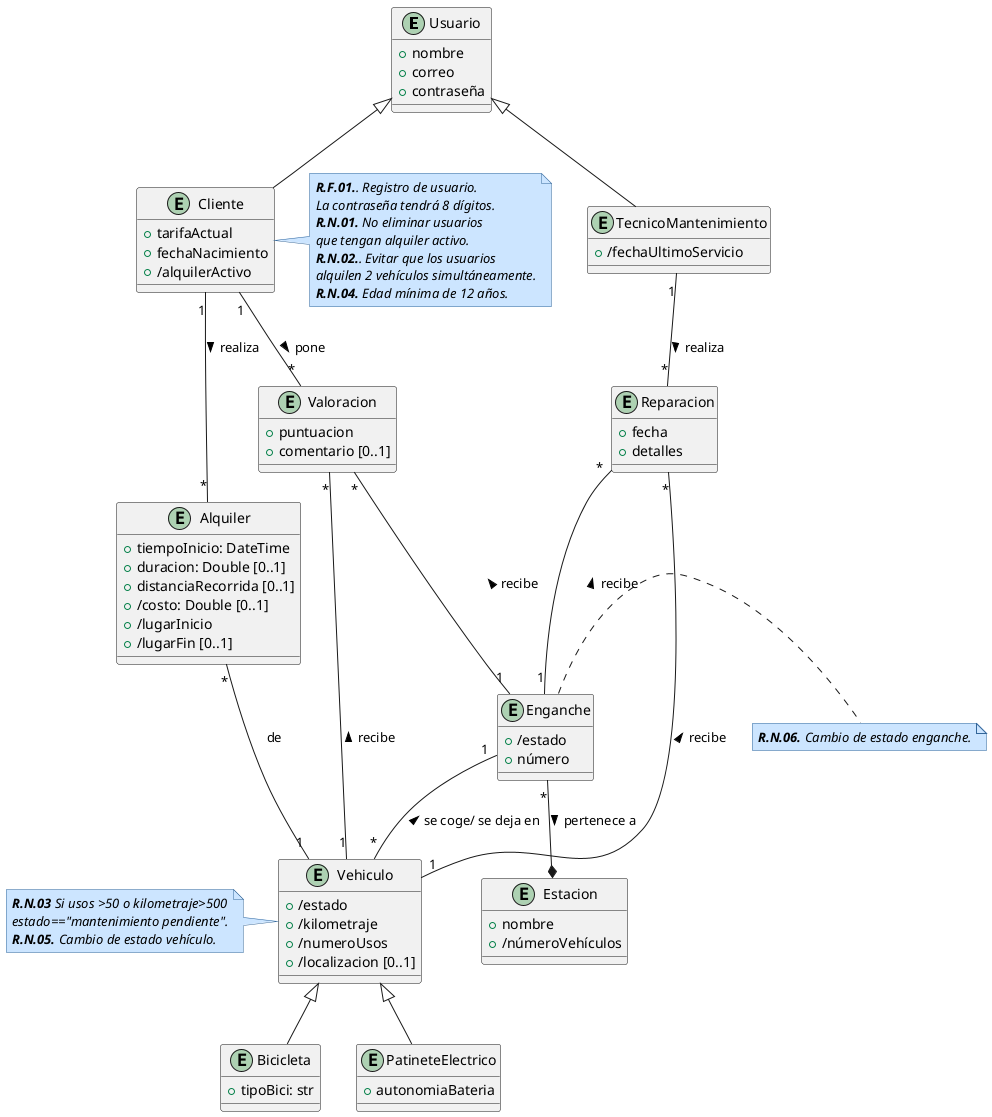
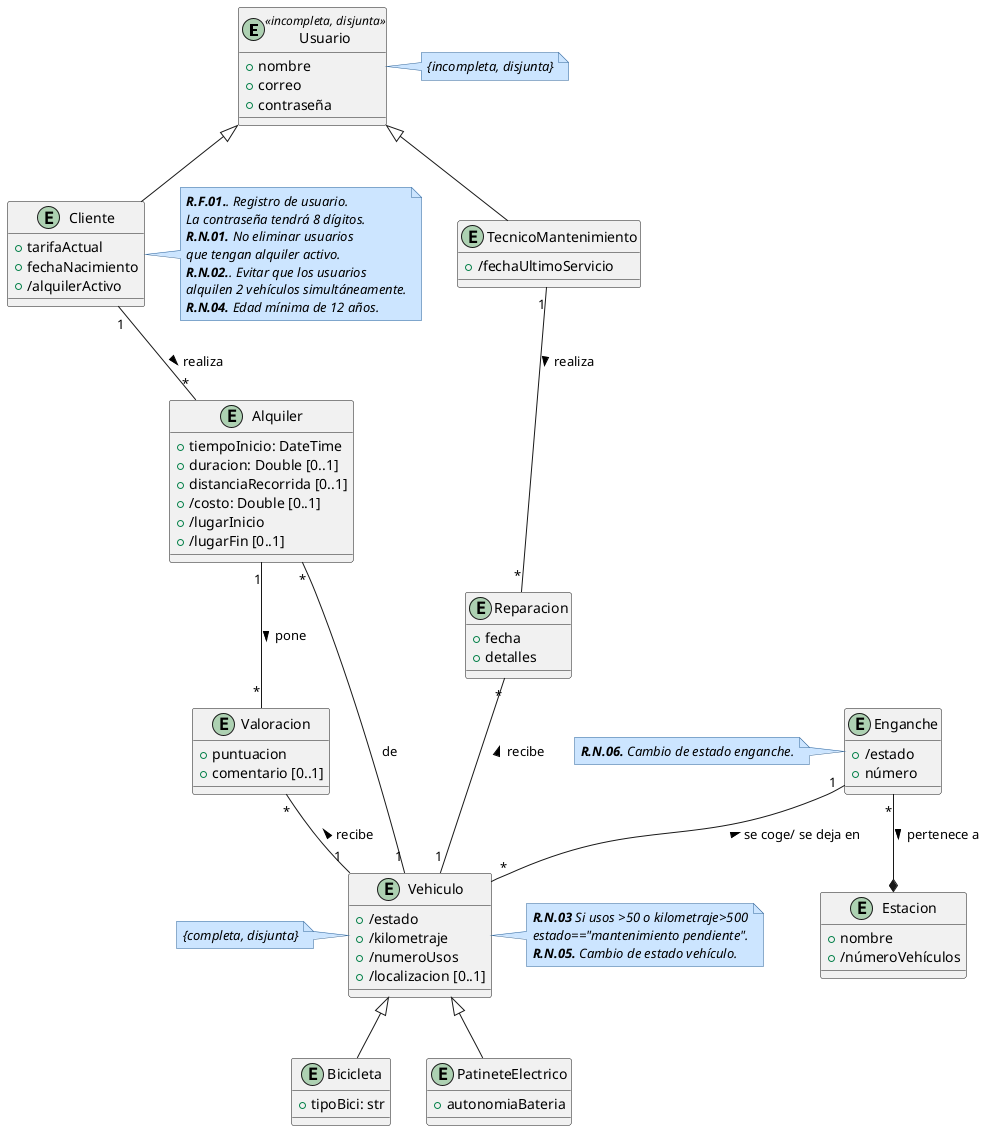
@startuml DiagramaClases

skinparam note {
  BackgroundColor #cce5ff
  BorderColor #336699
  FontStyle italic
}

- entity Usuario {
+ entity Usuario<<incompleta, disjunta>> {
    +nombre
    +correo
    +contraseña
}
+ note right: {incompleta, disjunta}
+ 

entity Cliente {
    +tarifaActual
    +fechaNacimiento
    +/alquilerActivo
}
- note right
+ note left
'''
 **R.F.01.**. Registro de usuario.
 La contraseña tendrá 8 dígitos.
 **R.N.01.** No eliminar usuarios
 que tengan alquiler activo.
 **R.N.02.**. Evitar que los usuarios
 alquilen 2 vehículos simultáneamente.
 **R.N.04.** Edad mínima de 12 años.
'''
end note


entity TecnicoMantenimiento {
    +/fechaUltimoServicio
}

entity Reparacion {
    +fecha
    +detalles
}

entity Valoracion {
    +puntuacion
    +comentario [0..1]
}

/'
La distancia recorrida la cuenta el vehículo con un
medidor incorporado y solo se registra cuando termina el recorrido.
Por eso mismo no es derivada de lugar inicio o fin, porque si no si acabas
en el mismo sitio la distancia recorrida sería 0.
'/
entity Alquiler {
    +tiempoInicio: DateTime
    +duracion: Double [0..1]
    +distanciaRecorrida [0..1]
    +/costo: Double [0..1]
    +/lugarInicio
    +/lugarFin [0..1]
}

/'
La localización del vehículo se muestra cuando se guarda el vehículo.
No se guarda localización por GPS.
'/
entity Vehiculo {
    +/estado
    +/kilometraje
    +/numeroUsos
    +/localizacion [0..1]
}
- note left
+ note right
'''
 **R.N.03** Si usos >50 o kilometraje>500
 estado=="mantenimiento pendiente".
 **R.N.05.** Cambio de estado vehículo.
'''
end note
+ note left of Vehiculo: {completa, disjunta}

entity Estacion {
    +nombre
    +/númeroVehículos
}

entity Enganche {
    +/estado
    +número
}
- note right
+ note left
'''
 **R.N.06.** Cambio de estado enganche.
'''
end note

entity Bicicleta {
    +tipoBici: str
}

entity PatineteElectrico {
    +autonomiaBateria
}

Usuario <|-- Cliente
Usuario <|-- TecnicoMantenimiento

Enganche "*"--* Estacion : pertenece a >

'Relación directa valoraciones'
- Cliente "1"--"*" Valoracion : pone >
+ Alquiler "1"--"*" Valoracion : pone >
Valoracion "*"--"1" Vehiculo : recibe <
- Valoracion "*"--"1" Enganche : recibe <

TecnicoMantenimiento "1"--"*" Reparacion : realiza >
Reparacion "*"--"1" Vehiculo : recibe <
- Reparacion "*"--"1" Enganche : recibe <

Enganche "1" --"*" Vehiculo : se coge/ se deja en <


'Relacion de Alquileres'
Cliente "1"--"*"  Alquiler: realiza >

Alquiler "*"--"1" Vehiculo: de

Vehiculo <|-- Bicicleta
Vehiculo <|-- PatineteElectrico


@enduml